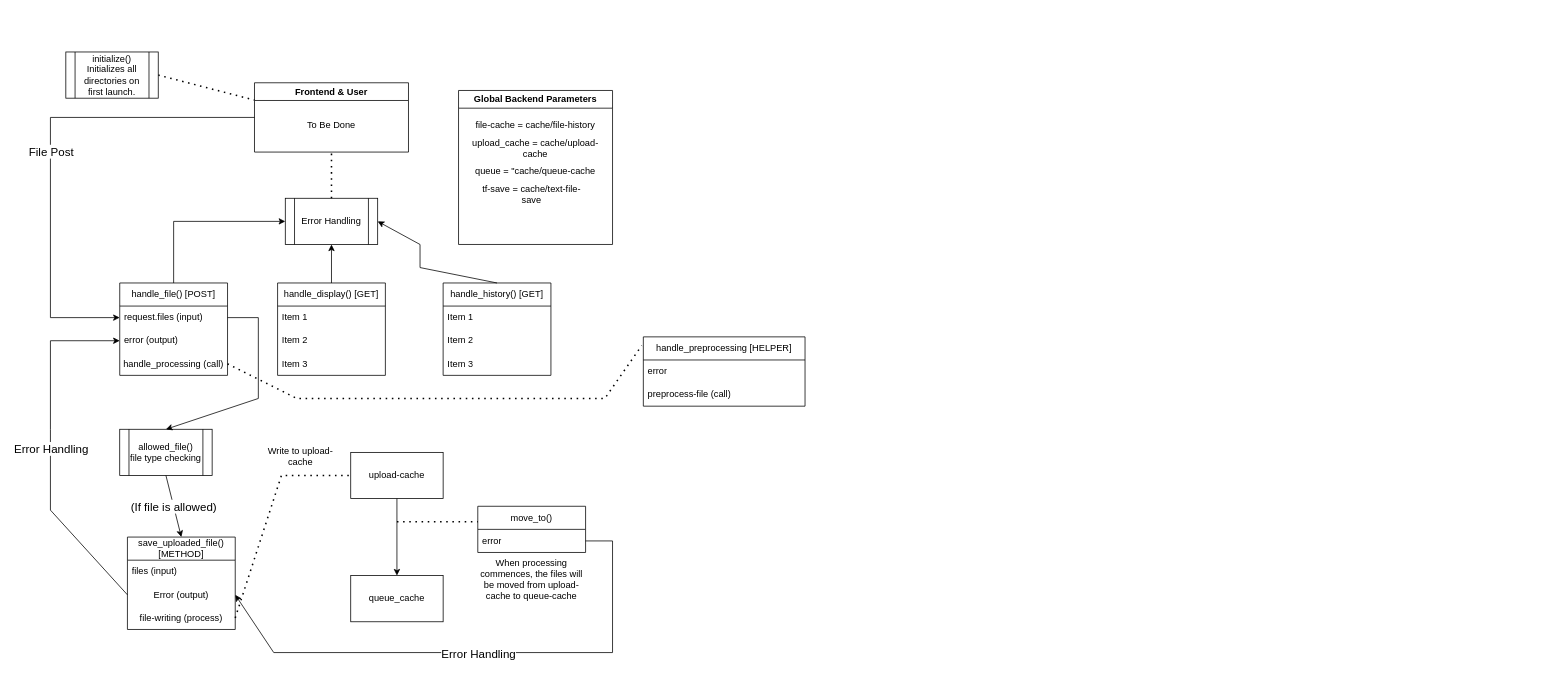
keh1nde/project-formulate keeps this draw.io diagram as designs/Backend Diagram.drawio. Above is the earlier version. Source tidied: cells renumbered, new cells numbered last; positions are measured from the earlier drawing's top-left corner, leaving out a move shared by most shapes. Both pictures are drawn from the tidied source at 77%, with x=0, y=0 at pixel (50, 52).
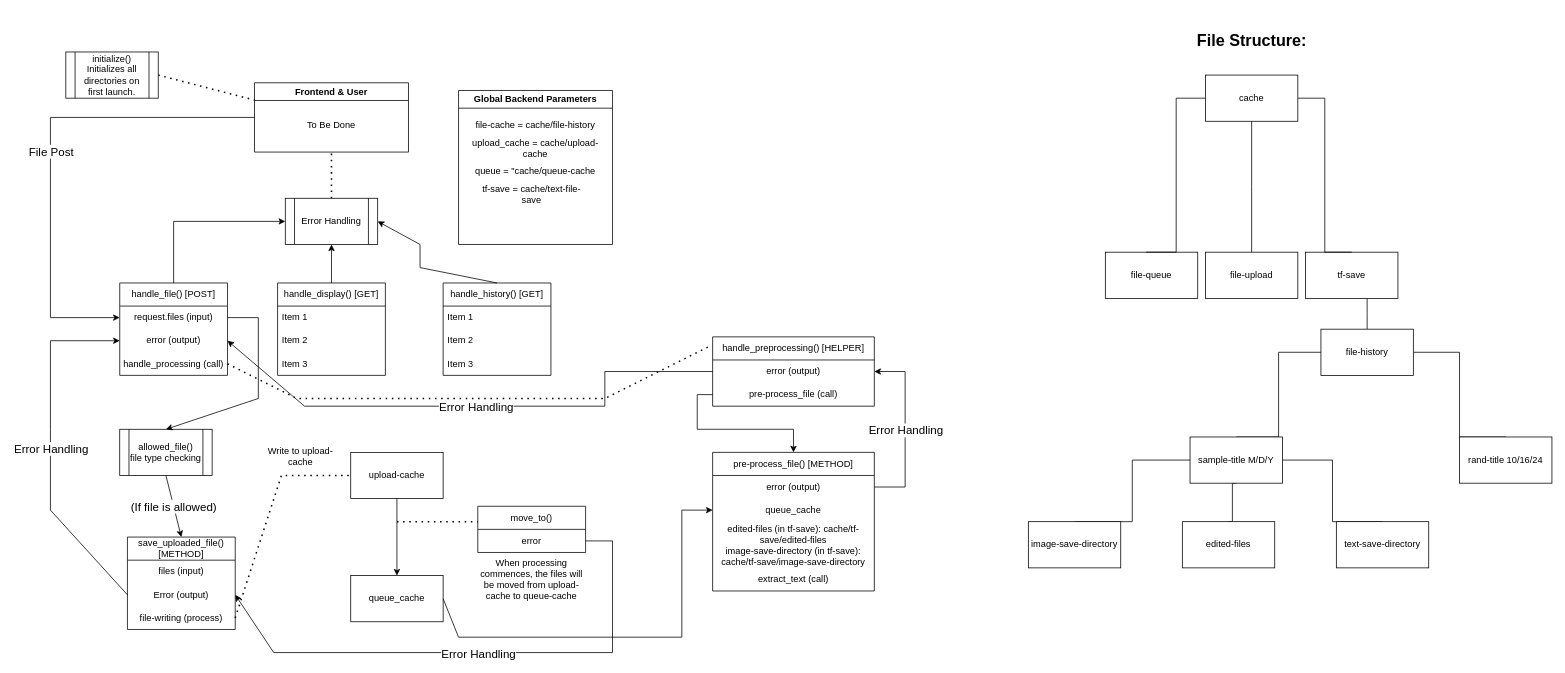
The same diagram, later.

Commit message:
Update Backend Diagram.drawio, Implemented file structure, handle_preprocessing() and pre-process_file()

Unchanged cells that the change refers to:
```xml
<mxCell id="2" value="handle_file() [POST]" style="swimlane;fontStyle=0;horizontal=1;startSize=30;whiteSpace=wrap;html=1;" parent="1" vertex="1">
  <mxGeometry x="90" y="300" width="140" height="120" as="geometry" />
</mxCell>
<mxCell id="16" value="save_uploaded_file() [METHOD]" style="swimlane;fontStyle=0;horizontal=1;startSize=30;whiteSpace=wrap;html=1;" parent="1" vertex="1">
  <mxGeometry x="100" y="630" width="140" height="120" as="geometry" />
</mxCell>
<mxCell id="43" value="queue_cache" style="whiteSpace=wrap;html=1;align=center;newEdgeStyle={&quot;edgeStyle&quot;:&quot;elbowEdgeStyle&quot;,&quot;startArrow&quot;:&quot;none&quot;,&quot;endArrow&quot;:&quot;none&quot;};" parent="1" vertex="1">
  <mxGeometry x="390" y="680" width="120" height="60" as="geometry" />
</mxCell>
<mxCell id="46" value="move_to()" style="swimlane;fontStyle=0;horizontal=1;startSize=30;whiteSpace=wrap;html=1;" parent="1" vertex="1">
  <mxGeometry x="555" y="590" width="140" height="60" as="geometry" />
</mxCell>
```

The edit, as a diff of the source:
```diff
@@
-    <mxCell id="3" value="request.files (input)" style="text;strokeColor=none;fillColor=none;align=left;verticalAlign=middle;spacingLeft=4;spacingRight=4;overflow=hidden;points=[[0,0.5],[1,0.5]];portConstraint=eastwest;whiteSpace=wrap;html=1;" parent="2" vertex="1">
+    <mxCell id="3" value="request.files (input)" style="text;strokeColor=none;fillColor=none;align=center;verticalAlign=middle;spacingLeft=4;spacingRight=4;overflow=hidden;points=[[0,0.5],[1,0.5]];portConstraint=eastwest;whiteSpace=wrap;html=1;" parent="2" vertex="1">
       <mxGeometry y="30" width="140" height="30" as="geometry" />
     </mxCell>
-    <mxCell id="4" value="error (output)" style="text;strokeColor=none;fillColor=none;align=left;verticalAlign=middle;spacingLeft=4;spacingRight=4;overflow=hidden;points=[[0,0.5],[1,0.5]];portConstraint=eastwest;whiteSpace=wrap;html=1;" parent="2" vertex="1">
+    <mxCell id="4" value="error (output)" style="text;strokeColor=none;fillColor=none;align=center;verticalAlign=middle;spacingLeft=4;spacingRight=4;overflow=hidden;points=[[0,0.5],[1,0.5]];portConstraint=eastwest;whiteSpace=wrap;html=1;" parent="2" vertex="1">
       <mxGeometry y="60" width="140" height="30" as="geometry" />
     </mxCell>
@@
-    <mxCell id="17" value="files (input)" style="text;strokeColor=none;fillColor=none;align=left;verticalAlign=middle;spacingLeft=4;spacingRight=4;overflow=hidden;whiteSpace=wrap;html=1;" parent="16" vertex="1">
+    <mxCell id="17" value="files (input)" style="text;strokeColor=none;fillColor=none;align=center;verticalAlign=middle;spacingLeft=4;spacingRight=4;overflow=hidden;whiteSpace=wrap;html=1;" parent="16" vertex="1">
       <mxGeometry y="30" width="140" height="30" as="geometry" />
     </mxCell>
@@
-    <mxCell id="47" value="error" style="text;strokeColor=none;fillColor=none;align=left;verticalAlign=middle;spacingLeft=4;spacingRight=4;overflow=hidden;points=[[0,0.5],[1,0.5]];portConstraint=eastwest;whiteSpace=wrap;html=1;" parent="46" vertex="1">
+    <mxCell id="47" value="error" style="text;strokeColor=none;fillColor=none;align=center;verticalAlign=middle;spacingLeft=4;spacingRight=4;overflow=hidden;points=[[0,0.5],[1,0.5]];portConstraint=eastwest;whiteSpace=wrap;html=1;" parent="46" vertex="1">
       <mxGeometry y="30" width="140" height="30" as="geometry" />
     </mxCell>
@@
-    <mxCell id="51" value="handle_preprocessing [HELPER]" style="swimlane;fontStyle=0;horizontal=1;startSize=30;whiteSpace=wrap;html=1;" parent="1" vertex="1">
-      <mxGeometry x="770" y="370" width="210" height="90" as="geometry" />
+    <mxCell id="51" value="handle_preprocessing() [HELPER]" style="swimlane;fontStyle=0;horizontal=1;startSize=30;whiteSpace=wrap;html=1;" parent="1" vertex="1">
+      <mxGeometry x="860" y="370" width="210" height="90" as="geometry" />
     </mxCell>
-    <mxCell id="52" value="error" style="text;strokeColor=none;fillColor=none;align=left;verticalAlign=middle;spacingLeft=4;spacingRight=4;overflow=hidden;points=[[0,0.5],[1,0.5]];portConstraint=eastwest;whiteSpace=wrap;html=1;" parent="51" vertex="1">
+    <mxCell id="52" value="error (output)" style="text;strokeColor=none;fillColor=none;align=center;verticalAlign=middle;spacingLeft=4;spacingRight=4;overflow=hidden;points=[[0,0.5],[1,0.5]];portConstraint=eastwest;whiteSpace=wrap;html=1;" parent="51" vertex="1">
       <mxGeometry y="30" width="210" height="30" as="geometry" />
     </mxCell>
-    <mxCell id="53" value="preprocess-file (call)" style="text;strokeColor=none;fillColor=none;align=left;verticalAlign=middle;spacingLeft=4;spacingRight=4;overflow=hidden;points=[[0,0.5],[1,0.5]];portConstraint=eastwest;whiteSpace=wrap;html=1;" parent="51" vertex="1">
+    <mxCell id="53" value="pre-process_file (call)" style="text;strokeColor=none;fillColor=none;align=center;verticalAlign=middle;spacingLeft=4;spacingRight=4;overflow=hidden;points=[[0,0.5],[1,0.5]];portConstraint=eastwest;whiteSpace=wrap;html=1;" parent="51" vertex="1">
       <mxGeometry y="60" width="210" height="30" as="geometry" />
     </mxCell>
@@
+    <mxCell id="55" style="endArrow=classic;html=1;rounded=0;entryX=1;entryY=0.5;entryDx=0;entryDy=0;exitX=0;exitY=0.5;exitDx=0;exitDy=0;" parent="1" edge="1" source="52" target="4">
+      <mxGeometry relative="1" as="geometry">
+        <Array as="points">
+          <mxPoint x="720" y="415" />
+          <mxPoint x="720" y="460" />
+          <mxPoint x="330" y="460" />
+        </Array>
+      </mxGeometry>
+    </mxCell>
+    <mxCell id="56" value="&lt;font style=&quot;font-size: 15px;&quot;&gt;Error Handling&lt;/font&gt;" style="edgeLabel;html=1;align=center;verticalAlign=middle;" parent="55" vertex="1">
+      <mxGeometry relative="1" as="geometry" />
+    </mxCell>
+    <mxCell id="57" value="pre-process_file() [METHOD]" style="swimlane;fontStyle=0;horizontal=1;startSize=30;whiteSpace=wrap;html=1;" parent="1" vertex="1">
+      <mxGeometry x="860" y="520" width="210" height="180" as="geometry" />
+    </mxCell>
+    <mxCell id="58" value="error (output)" style="text;strokeColor=none;fillColor=none;align=center;verticalAlign=middle;spacingLeft=4;spacingRight=4;overflow=hidden;points=[[0,0.5],[1,0.5]];portConstraint=eastwest;whiteSpace=wrap;html=1;" parent="57" vertex="1">
+      <mxGeometry y="30" width="210" height="30" as="geometry" />
+    </mxCell>
+    <mxCell id="59" value="queue_cache" style="text;strokeColor=none;fillColor=none;align=center;verticalAlign=middle;spacingLeft=4;spacingRight=4;overflow=hidden;points=[[0,0.5],[1,0.5]];portConstraint=eastwest;whiteSpace=wrap;html=1;" parent="57" vertex="1">
+      <mxGeometry y="60" width="210" height="30" as="geometry" />
+    </mxCell>
+    <mxCell id="60" value="edited-files (in tf-save): cache/tf-save/edited-files" style="text;strokeColor=none;fillColor=none;align=center;verticalAlign=middle;spacingLeft=4;spacingRight=4;overflow=hidden;whiteSpace=wrap;html=1;" parent="57" vertex="1">
+      <mxGeometry y="90" width="210" height="30" as="geometry" />
+    </mxCell>
+    <mxCell id="61" value="image-save-directory (in tf-save): cache/tf-save/image-save-directory" style="text;html=1;align=center;verticalAlign=middle;whiteSpace=wrap;rounded=0;" parent="57" vertex="1">
+      <mxGeometry y="120" width="210" height="30" as="geometry" />
+    </mxCell>
+    <mxCell id="62" value="extract_text (call)" style="text;html=1;align=center;verticalAlign=middle;whiteSpace=wrap;rounded=0;" parent="57" vertex="1">
+      <mxGeometry y="150" width="210" height="30" as="geometry" />
+    </mxCell>
+    <mxCell id="63" style="endArrow=classic;html=1;rounded=0;exitX=1;exitY=0.5;exitDx=0;exitDy=0;entryX=1;entryY=0.5;entryDx=0;entryDy=0;" parent="1" edge="1" source="58" target="52">
+      <mxGeometry relative="1" as="geometry">
+        <Array as="points">
+          <mxPoint x="1110" y="565" />
+          <mxPoint x="1110" y="415" />
+        </Array>
+      </mxGeometry>
+    </mxCell>
+    <mxCell id="64" value="&lt;font style=&quot;font-size: 15px;&quot;&gt;Error Handling&lt;/font&gt;" style="edgeLabel;html=1;align=center;verticalAlign=middle;" parent="63" vertex="1">
+      <mxGeometry relative="1" as="geometry" />
+    </mxCell>
+    <mxCell id="65" style="edgeStyle=orthogonalEdgeStyle;rounded=0;jettySize=auto;html=1;entryX=0.5;entryY=0;entryDx=0;entryDy=0;" parent="1" edge="1" source="53" target="57">
+      <mxGeometry relative="1" as="geometry" />
+    </mxCell>
+    <mxCell id="66" style="edgeStyle=elbowEdgeStyle;rounded=0;jettySize=auto;html=1;startArrow=none;endArrow=none;entryX=0.5;entryY=0;entryDx=0;entryDy=0;" parent="1" edge="1" source="67" target="70">
+      <mxGeometry relative="1" as="geometry" />
+    </mxCell>
+    <mxCell id="67" value="tf-save" style="whiteSpace=wrap;html=1;align=center;newEdgeStyle={&quot;edgeStyle&quot;:&quot;elbowEdgeStyle&quot;,&quot;startArrow&quot;:&quot;none&quot;,&quot;endArrow&quot;:&quot;none&quot;};" parent="1" vertex="1">
+      <mxGeometry x="1630" y="260" width="120" height="60" as="geometry" />
+    </mxCell>
+    <mxCell id="68" style="edgeStyle=elbowEdgeStyle;rounded=0;jettySize=auto;html=1;startArrow=none;endArrow=none;entryX=0.5;entryY=0;entryDx=0;entryDy=0;" parent="1" edge="1" source="70" target="75">
+      <mxGeometry relative="1" as="geometry" />
+    </mxCell>
+    <mxCell id="69" style="edgeStyle=elbowEdgeStyle;rounded=0;jettySize=auto;html=1;startArrow=none;endArrow=none;entryX=0.5;entryY=0;entryDx=0;entryDy=0;" parent="1" edge="1" source="70" target="71">
+      <mxGeometry relative="1" as="geometry" />
+    </mxCell>
+    <mxCell id="70" value="file-history" style="whiteSpace=wrap;html=1;align=center;newEdgeStyle={&quot;edgeStyle&quot;:&quot;elbowEdgeStyle&quot;,&quot;startArrow&quot;:&quot;none&quot;,&quot;endArrow&quot;:&quot;none&quot;};" parent="1" vertex="1">
+      <mxGeometry x="1650" y="360" width="120" height="60" as="geometry" />
+    </mxCell>
+    <mxCell id="71" value="rand-title 10/16/24" style="whiteSpace=wrap;html=1;align=center;newEdgeStyle={&quot;edgeStyle&quot;:&quot;elbowEdgeStyle&quot;,&quot;startArrow&quot;:&quot;none&quot;,&quot;endArrow&quot;:&quot;none&quot;};" parent="1" vertex="1">
+      <mxGeometry x="1830" y="500" width="120" height="60" as="geometry" />
+    </mxCell>
+    <mxCell id="72" style="edgeStyle=elbowEdgeStyle;rounded=0;jettySize=auto;html=1;startArrow=none;endArrow=none;exitX=0.5;exitY=1;exitDx=0;exitDy=0;entryX=0.5;entryY=0;entryDx=0;entryDy=0;" parent="1" edge="1" source="75" target="76">
+      <mxGeometry relative="1" as="geometry" />
+    </mxCell>
+    <mxCell id="73" style="edgeStyle=elbowEdgeStyle;rounded=0;jettySize=auto;html=1;startArrow=none;endArrow=none;entryX=0.5;entryY=0;entryDx=0;entryDy=0;" parent="1" edge="1" source="75" target="77">
+      <mxGeometry relative="1" as="geometry" />
+    </mxCell>
+    <mxCell id="74" style="edgeStyle=elbowEdgeStyle;rounded=0;jettySize=auto;html=1;startArrow=none;endArrow=none;entryX=0.5;entryY=0;entryDx=0;entryDy=0;" parent="1" edge="1" source="75" target="78">
+      <mxGeometry relative="1" as="geometry" />
+    </mxCell>
+    <mxCell id="75" value="sample-title M/D/Y" style="whiteSpace=wrap;html=1;align=center;newEdgeStyle={&quot;edgeStyle&quot;:&quot;elbowEdgeStyle&quot;,&quot;startArrow&quot;:&quot;none&quot;,&quot;endArrow&quot;:&quot;none&quot;};" parent="1" vertex="1">
+      <mxGeometry x="1480" y="500" width="120" height="60" as="geometry" />
+    </mxCell>
+    <mxCell id="76" value="edited-files" style="whiteSpace=wrap;html=1;align=center;newEdgeStyle={&quot;edgeStyle&quot;:&quot;elbowEdgeStyle&quot;,&quot;startArrow&quot;:&quot;none&quot;,&quot;endArrow&quot;:&quot;none&quot;};" parent="1" vertex="1">
+      <mxGeometry x="1470" y="610" width="120" height="60" as="geometry" />
+    </mxCell>
+    <mxCell id="77" value="image-save-directory" style="whiteSpace=wrap;html=1;align=center;newEdgeStyle={&quot;edgeStyle&quot;:&quot;elbowEdgeStyle&quot;,&quot;startArrow&quot;:&quot;none&quot;,&quot;endArrow&quot;:&quot;none&quot;};" parent="1" vertex="1">
+      <mxGeometry x="1270" y="610" width="120" height="60" as="geometry" />
+    </mxCell>
+    <mxCell id="78" value="text-save-directory" style="whiteSpace=wrap;html=1;align=center;newEdgeStyle={&quot;edgeStyle&quot;:&quot;elbowEdgeStyle&quot;,&quot;startArrow&quot;:&quot;none&quot;,&quot;endArrow&quot;:&quot;none&quot;};" parent="1" vertex="1">
+      <mxGeometry x="1670" y="610" width="120" height="60" as="geometry" />
+    </mxCell>
+    <mxCell id="79" style="edgeStyle=elbowEdgeStyle;rounded=0;jettySize=auto;html=1;startArrow=none;endArrow=none;entryX=0.5;entryY=0;entryDx=0;entryDy=0;" parent="1" edge="1" source="81" target="67">
+      <mxGeometry relative="1" as="geometry" />
+    </mxCell>
+    <mxCell id="80" style="edgeStyle=elbowEdgeStyle;rounded=0;jettySize=auto;html=1;startArrow=none;endArrow=none;entryX=0.5;entryY=0;entryDx=0;entryDy=0;" parent="1" edge="1" source="81" target="83">
+      <mxGeometry relative="1" as="geometry" />
+    </mxCell>
+    <mxCell id="81" value="cache" style="whiteSpace=wrap;html=1;align=center;newEdgeStyle={&quot;edgeStyle&quot;:&quot;elbowEdgeStyle&quot;,&quot;startArrow&quot;:&quot;none&quot;,&quot;endArrow&quot;:&quot;none&quot;};" parent="1" vertex="1">
+      <mxGeometry x="1500" y="30" width="120" height="60" as="geometry" />
+    </mxCell>
+    <mxCell id="82" value="file-queue" style="whiteSpace=wrap;html=1;align=center;newEdgeStyle={&quot;edgeStyle&quot;:&quot;elbowEdgeStyle&quot;,&quot;startArrow&quot;:&quot;none&quot;,&quot;endArrow&quot;:&quot;none&quot;};" parent="1" vertex="1">
+      <mxGeometry x="1370" y="260" width="120" height="60" as="geometry" />
+    </mxCell>
+    <mxCell id="83" value="file-upload" style="whiteSpace=wrap;html=1;align=center;newEdgeStyle={&quot;edgeStyle&quot;:&quot;elbowEdgeStyle&quot;,&quot;startArrow&quot;:&quot;none&quot;,&quot;endArrow&quot;:&quot;none&quot;};" parent="1" vertex="1">
+      <mxGeometry x="1500" y="260" width="120" height="60" as="geometry" />
+    </mxCell>
+    <mxCell id="84" style="edgeStyle=elbowEdgeStyle;rounded=0;jettySize=auto;html=1;startArrow=none;endArrow=none;entryX=0.442;entryY=0;entryDx=0;entryDy=0;entryPerimeter=0;" parent="1" edge="1" source="81" target="82">
+      <mxGeometry relative="1" as="geometry" />
+    </mxCell>
+    <mxCell id="85" style="endArrow=classic;html=1;rounded=0;exitX=1;exitY=0.5;exitDx=0;exitDy=0;entryX=0;entryY=0.5;entryDx=0;entryDy=0;" parent="1" edge="1" source="43" target="59">
+      <mxGeometry relative="1" as="geometry">
+        <Array as="points">
+          <mxPoint x="530" y="760" />
+          <mxPoint x="820" y="760" />
+          <mxPoint x="820" y="595" />
+        </Array>
+      </mxGeometry>
+    </mxCell>
+    <mxCell id="86" value="&lt;h2&gt;&lt;span style=&quot;font-size: 21px;&quot;&gt;File Structure:&lt;/span&gt;&lt;/h2&gt;" style="text;html=1;align=center;verticalAlign=middle;strokeColor=none;fillColor=none;" parent="1" vertex="1">
+      <mxGeometry x="1475" y="-50" width="170" height="70" as="geometry" />
+    </mxCell>
```
